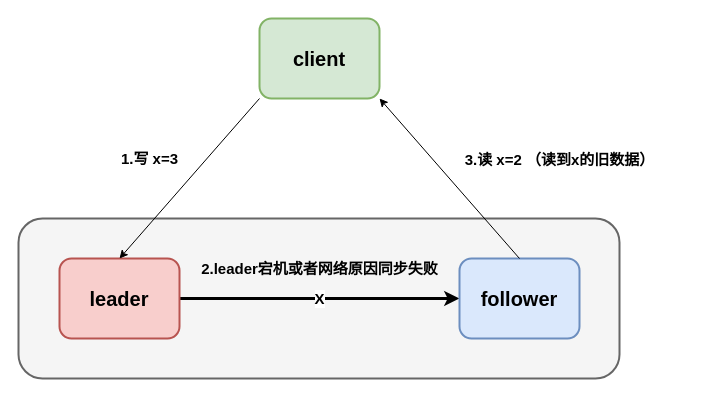
Above: distributed-Partition-Tolerance.drawio in donscoco/diagrams (draw.io), before the change. Source tidied: cells renumbered, new cells numbered last; positions are measured from the earlier drawing's top-left corner, leaving out a move shared by most shapes. Both pictures are drawn from the tidied source at 100%, with x=0, y=0 at pixel (18, 18).
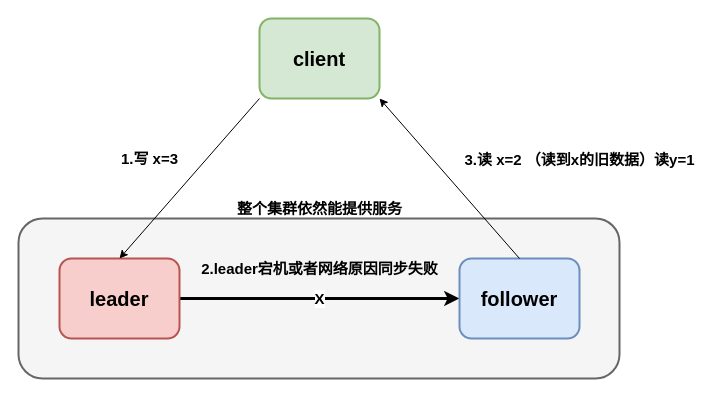
Above is the later version.

The edit, as a diff of the source:
```diff
@@
 <mxGraphModel>
   <root>
     <mxCell id="0" />
     <mxCell id="1" parent="0" />
     <mxCell id="2" style="rounded=1;whiteSpace=wrap;html=1;strokeWidth=2;fillWeight=4;hachureGap=8;hachureAngle=45;fillColor=#f5f5f5;sketch=0;strokeColor=#666666;fontColor=#333333;fontSize=15;" parent="1" vertex="1">
       <mxGeometry y="200" width="601" height="160" as="geometry" />
     </mxCell>
     <mxCell id="3" value="client" style="rounded=1;whiteSpace=wrap;html=1;strokeWidth=2;fillWeight=4;hachureGap=8;hachureAngle=45;fillColor=#d5e8d4;sketch=0;strokeColor=#82b366;fontSize=20;fontStyle=1;" parent="1" vertex="1">
       <mxGeometry x="241" width="120" height="80" as="geometry" />
     </mxCell>
     <mxCell id="4" style="edgeStyle=orthogonalEdgeStyle;rounded=0;jettySize=auto;html=1;fontSize=15;strokeWidth=3;" parent="1" edge="1" source="6" target="7">
       <mxGeometry relative="1" as="geometry" />
     </mxCell>
     <mxCell id="5" value="&lt;font style=&quot;font-size: 15px;&quot;&gt;&lt;b&gt;X&lt;/b&gt;&lt;/font&gt;" style="edgeLabel;html=1;align=center;verticalAlign=middle;" parent="4" vertex="1">
       <mxGeometry x="-0.01" y="1" relative="1" as="geometry" />
     </mxCell>
     <mxCell id="6" value="leader" style="rounded=1;whiteSpace=wrap;html=1;strokeWidth=2;fillWeight=4;hachureGap=8;hachureAngle=45;fillColor=#f8cecc;sketch=0;strokeColor=#b85450;fontSize=20;fontStyle=1;" parent="1" vertex="1">
       <mxGeometry x="41" y="240" width="120" height="80" as="geometry" />
     </mxCell>
     <mxCell id="7" value="follower" style="rounded=1;whiteSpace=wrap;html=1;strokeWidth=2;fillWeight=4;hachureGap=8;hachureAngle=45;fillColor=#dae8fc;sketch=0;strokeColor=#6c8ebf;fontSize=20;fontStyle=1;" parent="1" vertex="1">
       <mxGeometry x="441" y="240" width="120" height="80" as="geometry" />
     </mxCell>
     <mxCell id="8" style="endArrow=classic;html=1;rounded=0;entryX=0.5;entryY=0;entryDx=0;entryDy=0;exitX=0;exitY=1;exitDx=0;exitDy=0;fontSize=15;" parent="1" edge="1" source="3" target="6">
       <mxGeometry relative="1" as="geometry" />
     </mxCell>
     <mxCell id="9" style="endArrow=classic;html=1;rounded=0;exitX=0.5;exitY=0;exitDx=0;exitDy=0;entryX=1;entryY=1;entryDx=0;entryDy=0;fontSize=15;" parent="1" edge="1" source="7" target="3">
       <mxGeometry relative="1" as="geometry" />
     </mxCell>
     <mxCell id="10" value="1.写 x=3" style="text;strokeColor=none;fillColor=none;html=1;fontSize=15;fontStyle=1;verticalAlign=middle;align=center;sketch=0;" parent="1" vertex="1">
       <mxGeometry x="81" y="120" width="100" height="40" as="geometry" />
     </mxCell>
-    <mxCell id="11" value="3.读 x=2 （读到x的旧数据）" style="text;strokeColor=none;fillColor=none;html=1;fontSize=15;fontStyle=1;verticalAlign=middle;align=center;sketch=0;" parent="1" vertex="1">
-      <mxGeometry x="491" y="140" width="100" as="geometry" />
+    <mxCell id="11" value="3.读 x=2 （读到x的旧数据）读y=1" style="text;strokeColor=none;fillColor=none;html=1;fontSize=15;fontStyle=1;verticalAlign=middle;align=center;sketch=0;" parent="1" vertex="1">
+      <mxGeometry x="511" y="140" width="100" as="geometry" />
     </mxCell>
     <mxCell id="12" value="2.leader宕机或者网络原因同步失败" style="text;strokeColor=none;fillColor=none;html=1;fontSize=15;fontStyle=1;verticalAlign=middle;align=center;labelBackgroundColor=none;" parent="1" vertex="1">
       <mxGeometry x="251" y="230" width="100" height="40" as="geometry" />
     </mxCell>
+    <mxCell id="13" value="整个集群依然能提供服务" style="text;strokeColor=none;fillColor=none;html=1;fontSize=15;fontStyle=1;verticalAlign=middle;align=center;labelBackgroundColor=none;" parent="1" vertex="1">
+      <mxGeometry x="251" y="170" width="100" height="40" as="geometry" />
+    </mxCell>
   </root>
 </mxGraphModel>
```
